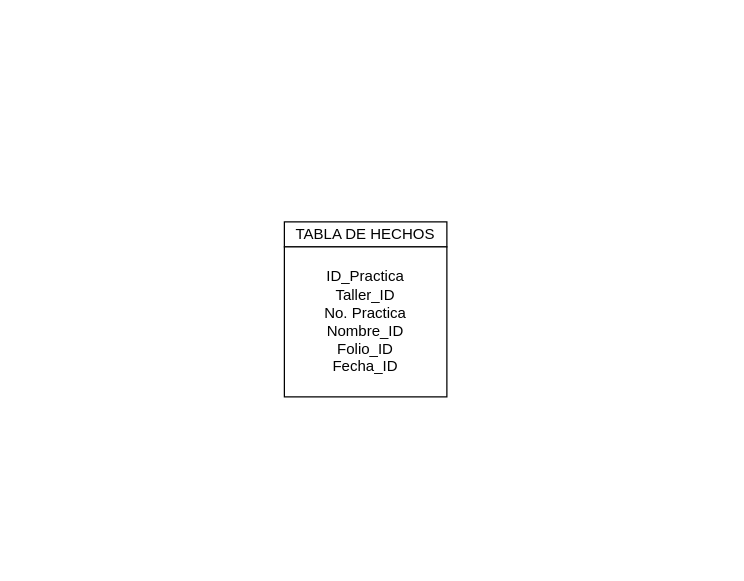
This is Diagrama sin título.drawio from AlexisJG79/Escuela-de-codigo, a draw.io file, before an edit. Source tidied: cells renumbered, new cells numbered last; positions are measured from the earlier drawing's top-left corner, leaving out a move shared by most shapes. Both pictures are drawn from the tidied source at 125%, with x=0, y=0 at pixel (284, 221).
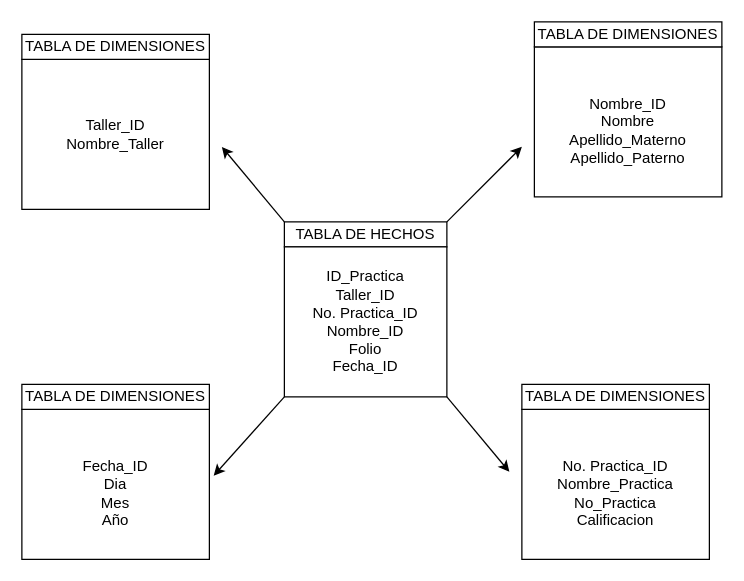
The same diagram, later.

Change to the diagram source:
```diff
@@
 <mxGraphModel>
   <root>
     <mxCell id="0" />
     <mxCell id="1" parent="0" />
     <mxCell id="2" value="TABLA DE HECHOS" style="rounded=0;whiteSpace=wrap;html=1;" parent="1" vertex="1">
       <mxGeometry width="130" height="20" as="geometry" />
     </mxCell>
-    <mxCell id="3" value="ID_Practica&lt;div&gt;Taller_ID&lt;/div&gt;&lt;div&gt;No. Practica&lt;/div&gt;&lt;div&gt;Nombre_ID&lt;/div&gt;&lt;div&gt;Folio_ID&lt;/div&gt;&lt;div&gt;Fecha_ID&lt;/div&gt;" style="rounded=0;whiteSpace=wrap;html=1;" parent="1" vertex="1">
+    <mxCell id="3" value="ID_Practica&lt;div&gt;Taller_ID&lt;/div&gt;&lt;div&gt;No. Practica_ID&lt;/div&gt;&lt;div&gt;Nombre_ID&lt;/div&gt;&lt;div&gt;Folio&lt;/div&gt;&lt;div&gt;Fecha_ID&lt;/div&gt;" style="rounded=0;whiteSpace=wrap;html=1;" parent="1" vertex="1">
       <mxGeometry y="20" width="130" height="120" as="geometry" />
     </mxCell>
+    <mxCell id="4" style="endArrow=classic;html=1;rounded=0;" parent="1" edge="1">
+      <mxGeometry relative="1" as="geometry">
+        <mxPoint as="sourcePoint" />
+        <mxPoint x="-50" y="-60" as="targetPoint" />
+      </mxGeometry>
+    </mxCell>
+    <mxCell id="5" style="endArrow=classic;html=1;rounded=0;" parent="1" edge="1">
+      <mxGeometry relative="1" as="geometry">
+        <mxPoint x="130" as="sourcePoint" />
+        <mxPoint x="190" y="-60" as="targetPoint" />
+      </mxGeometry>
+    </mxCell>
+    <mxCell id="6" style="endArrow=classic;html=1;rounded=0;" parent="1" edge="1">
+      <mxGeometry relative="1" as="geometry">
+        <mxPoint x="130" y="140" as="sourcePoint" />
+        <mxPoint x="180" y="200" as="targetPoint" />
+      </mxGeometry>
+    </mxCell>
+    <mxCell id="7" style="endArrow=classic;html=1;rounded=0;entryX=1.023;entryY=0.442;entryDx=0;entryDy=0;entryPerimeter=0;" parent="1" edge="1" target="10">
+      <mxGeometry relative="1" as="geometry">
+        <mxPoint y="140" as="sourcePoint" />
+      </mxGeometry>
+    </mxCell>
+    <mxCell id="8" value="&lt;br&gt;&lt;div&gt;Nombre_ID&lt;/div&gt;&lt;div&gt;Nombre&lt;/div&gt;&lt;div&gt;Apellido_Materno&lt;/div&gt;&lt;div&gt;Apellido_Paterno&lt;/div&gt;" style="rounded=0;whiteSpace=wrap;html=1;" parent="1" vertex="1">
+      <mxGeometry x="200" y="-140" width="150" height="120" as="geometry" />
+    </mxCell>
+    <mxCell id="9" value="&lt;br&gt;&lt;div&gt;No. Practica_ID&lt;/div&gt;&lt;div&gt;Nombre_Practica&lt;/div&gt;&lt;div&gt;No_Practica&lt;/div&gt;&lt;div&gt;Calificacion&lt;/div&gt;" style="rounded=0;whiteSpace=wrap;html=1;" parent="1" vertex="1">
+      <mxGeometry x="190" y="150" width="150" height="120" as="geometry" />
+    </mxCell>
+    <mxCell id="10" value="&lt;br&gt;&lt;div&gt;Fecha_ID&lt;/div&gt;&lt;div&gt;Dia&lt;/div&gt;&lt;div&gt;Mes&lt;/div&gt;&lt;div&gt;Año&lt;/div&gt;" style="rounded=0;whiteSpace=wrap;html=1;" parent="1" vertex="1">
+      <mxGeometry x="-210" y="150" width="150" height="120" as="geometry" />
+    </mxCell>
+    <mxCell id="11" value="&lt;br&gt;&lt;div&gt;Taller_ID&lt;/div&gt;&lt;div&gt;Nombre_Taller&lt;/div&gt;&lt;div&gt;&lt;br&gt;&lt;/div&gt;" style="rounded=0;whiteSpace=wrap;html=1;" parent="1" vertex="1">
+      <mxGeometry x="-210" y="-130" width="150" height="120" as="geometry" />
+    </mxCell>
+    <mxCell id="12" value="TABLA DE DIMENSIONES" style="rounded=0;whiteSpace=wrap;html=1;" parent="1" vertex="1">
+      <mxGeometry x="190" y="130" width="150" height="20" as="geometry" />
+    </mxCell>
+    <mxCell id="13" value="TABLA DE DIMENSIONES" style="rounded=0;whiteSpace=wrap;html=1;" parent="1" vertex="1">
+      <mxGeometry x="-210" y="-150" width="150" height="20" as="geometry" />
+    </mxCell>
+    <mxCell id="14" value="TABLA DE DIMENSIONES" style="rounded=0;whiteSpace=wrap;html=1;" parent="1" vertex="1">
+      <mxGeometry x="200" y="-160" width="150" height="20" as="geometry" />
+    </mxCell>
+    <mxCell id="15" value="TABLA DE DIMENSIONES" style="rounded=0;whiteSpace=wrap;html=1;" parent="1" vertex="1">
+      <mxGeometry x="-210" y="130" width="150" height="20" as="geometry" />
+    </mxCell>
   </root>
 </mxGraphModel>
```
